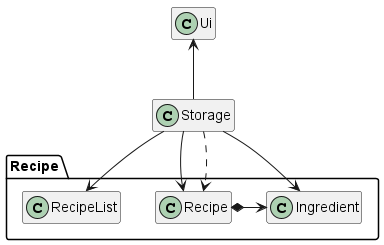
nus-cs2113-AY2223S1/tp keeps this PlantUML diagram as docs/images/ClassDiagrams/StorageClassDiagram.png. Above is the earlier version. Its diagram source:
```plantuml
@startuml

hide class fields
hide class methods

package Recipe {
class RecipeList
class Recipe
class Ingredient
}

Storage -up-> Ui
Storage -down-> Recipe
Storage -down-> Ingredient
Storage -down-> RecipeList

Recipe *-right-> Ingredient
Storage ..> Recipe
@enduml
```
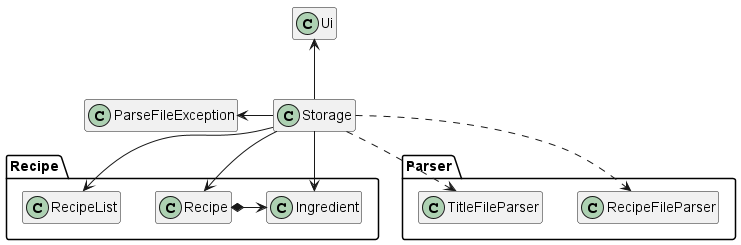
The same diagram one commit later.

Commit message:
Update DG description of architecture, storage and ui

The edit, as a diff of the source:
```diff
@@ -9,11 +9,20 @@
 class Ingredient
 }
 
+package Parser {
+class RecipeFileParser
+class TitleFileParser
+}
+
+class ParseFileException
+
 Storage -up-> Ui
 Storage -down-> Recipe
 Storage -down-> Ingredient
 Storage -down-> RecipeList
+Storage ..> RecipeFileParser
+Storage ..> TitleFileParser
+Storage -left-> ParseFileException
 
 Recipe *-right-> Ingredient
-Storage ..> Recipe
 @enduml
```
